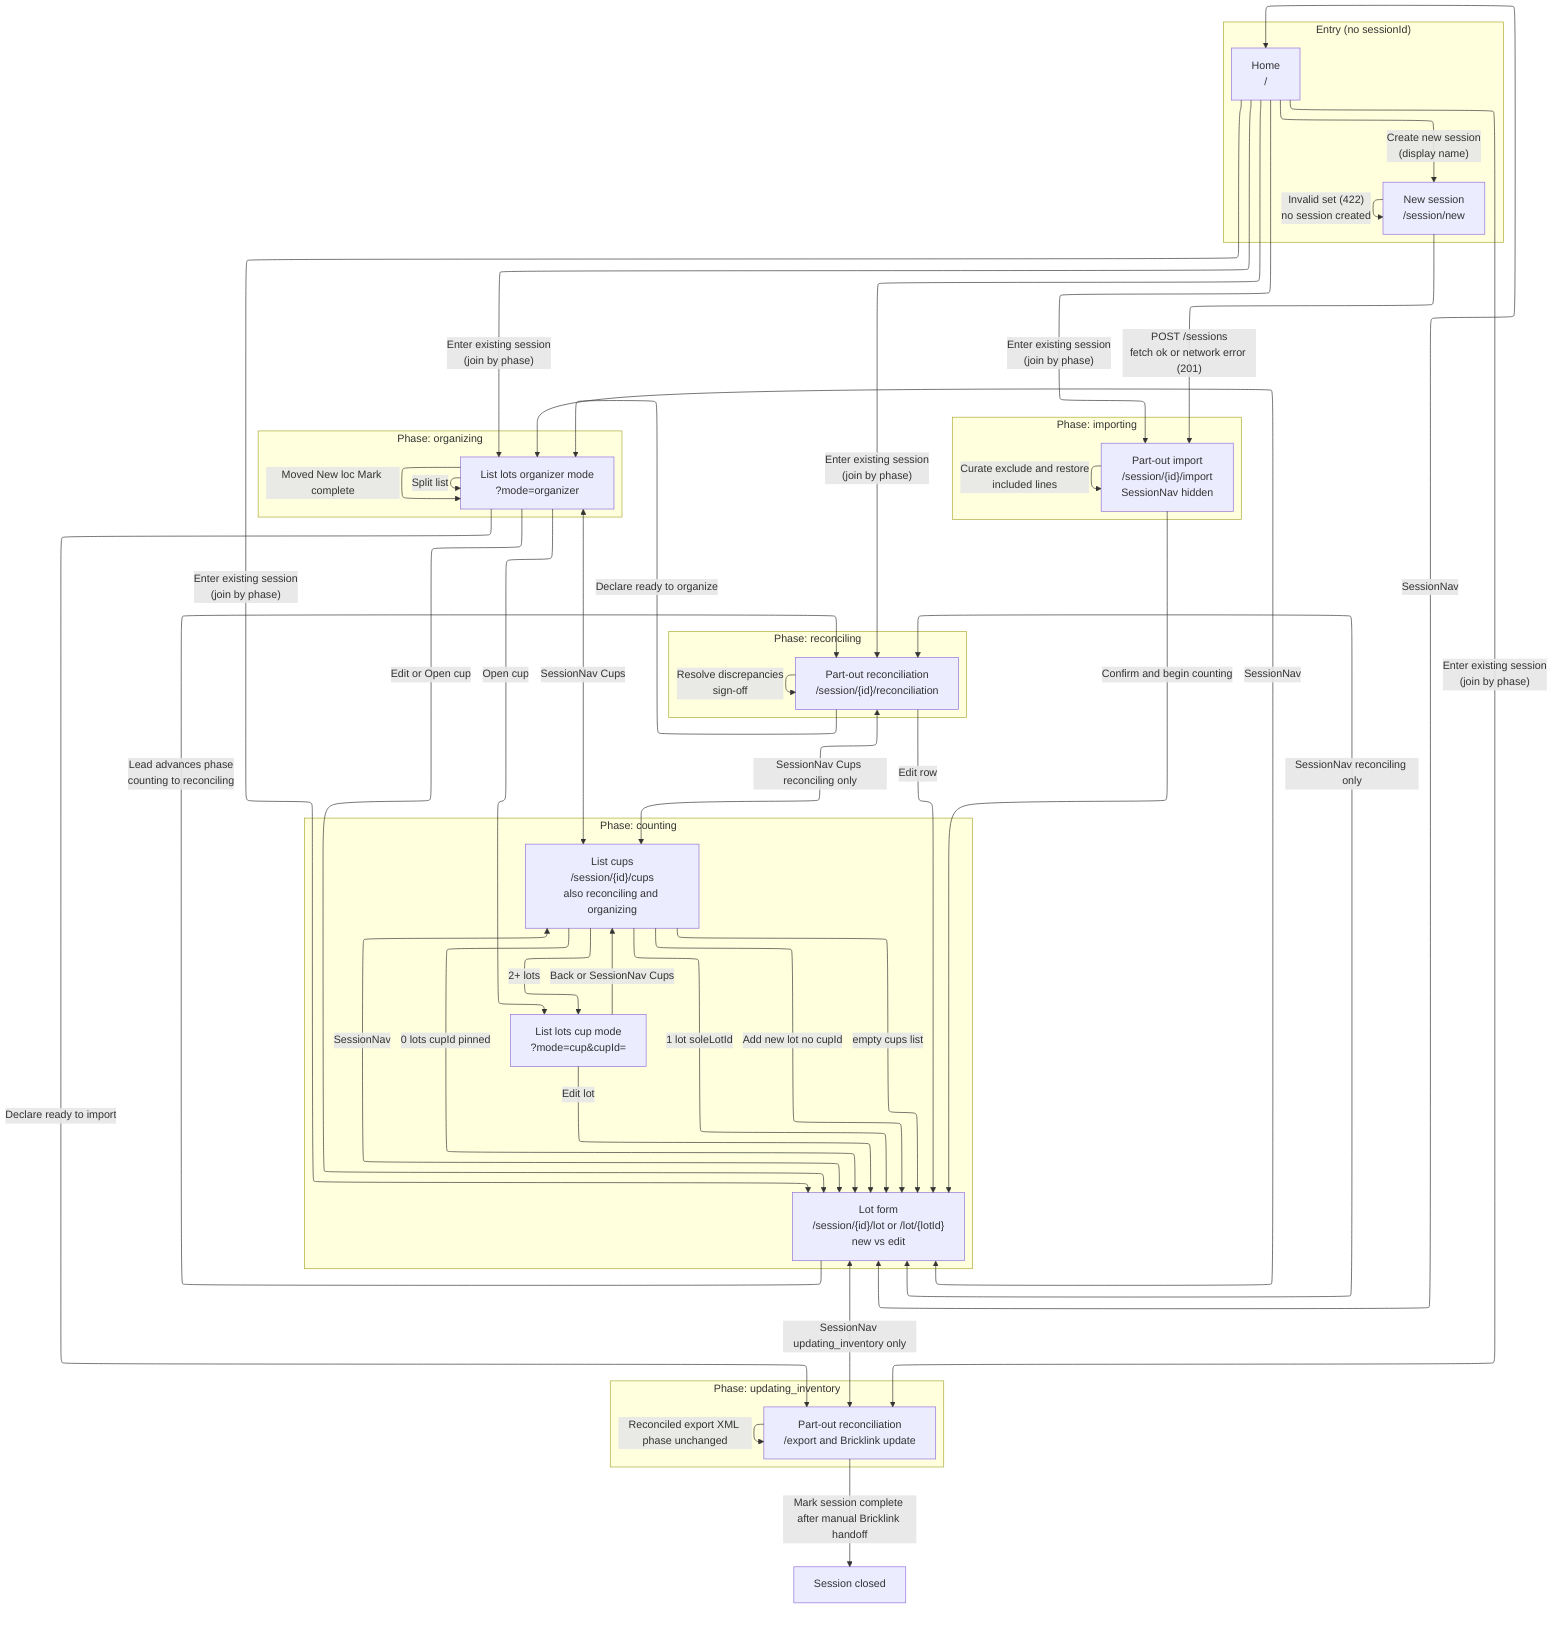
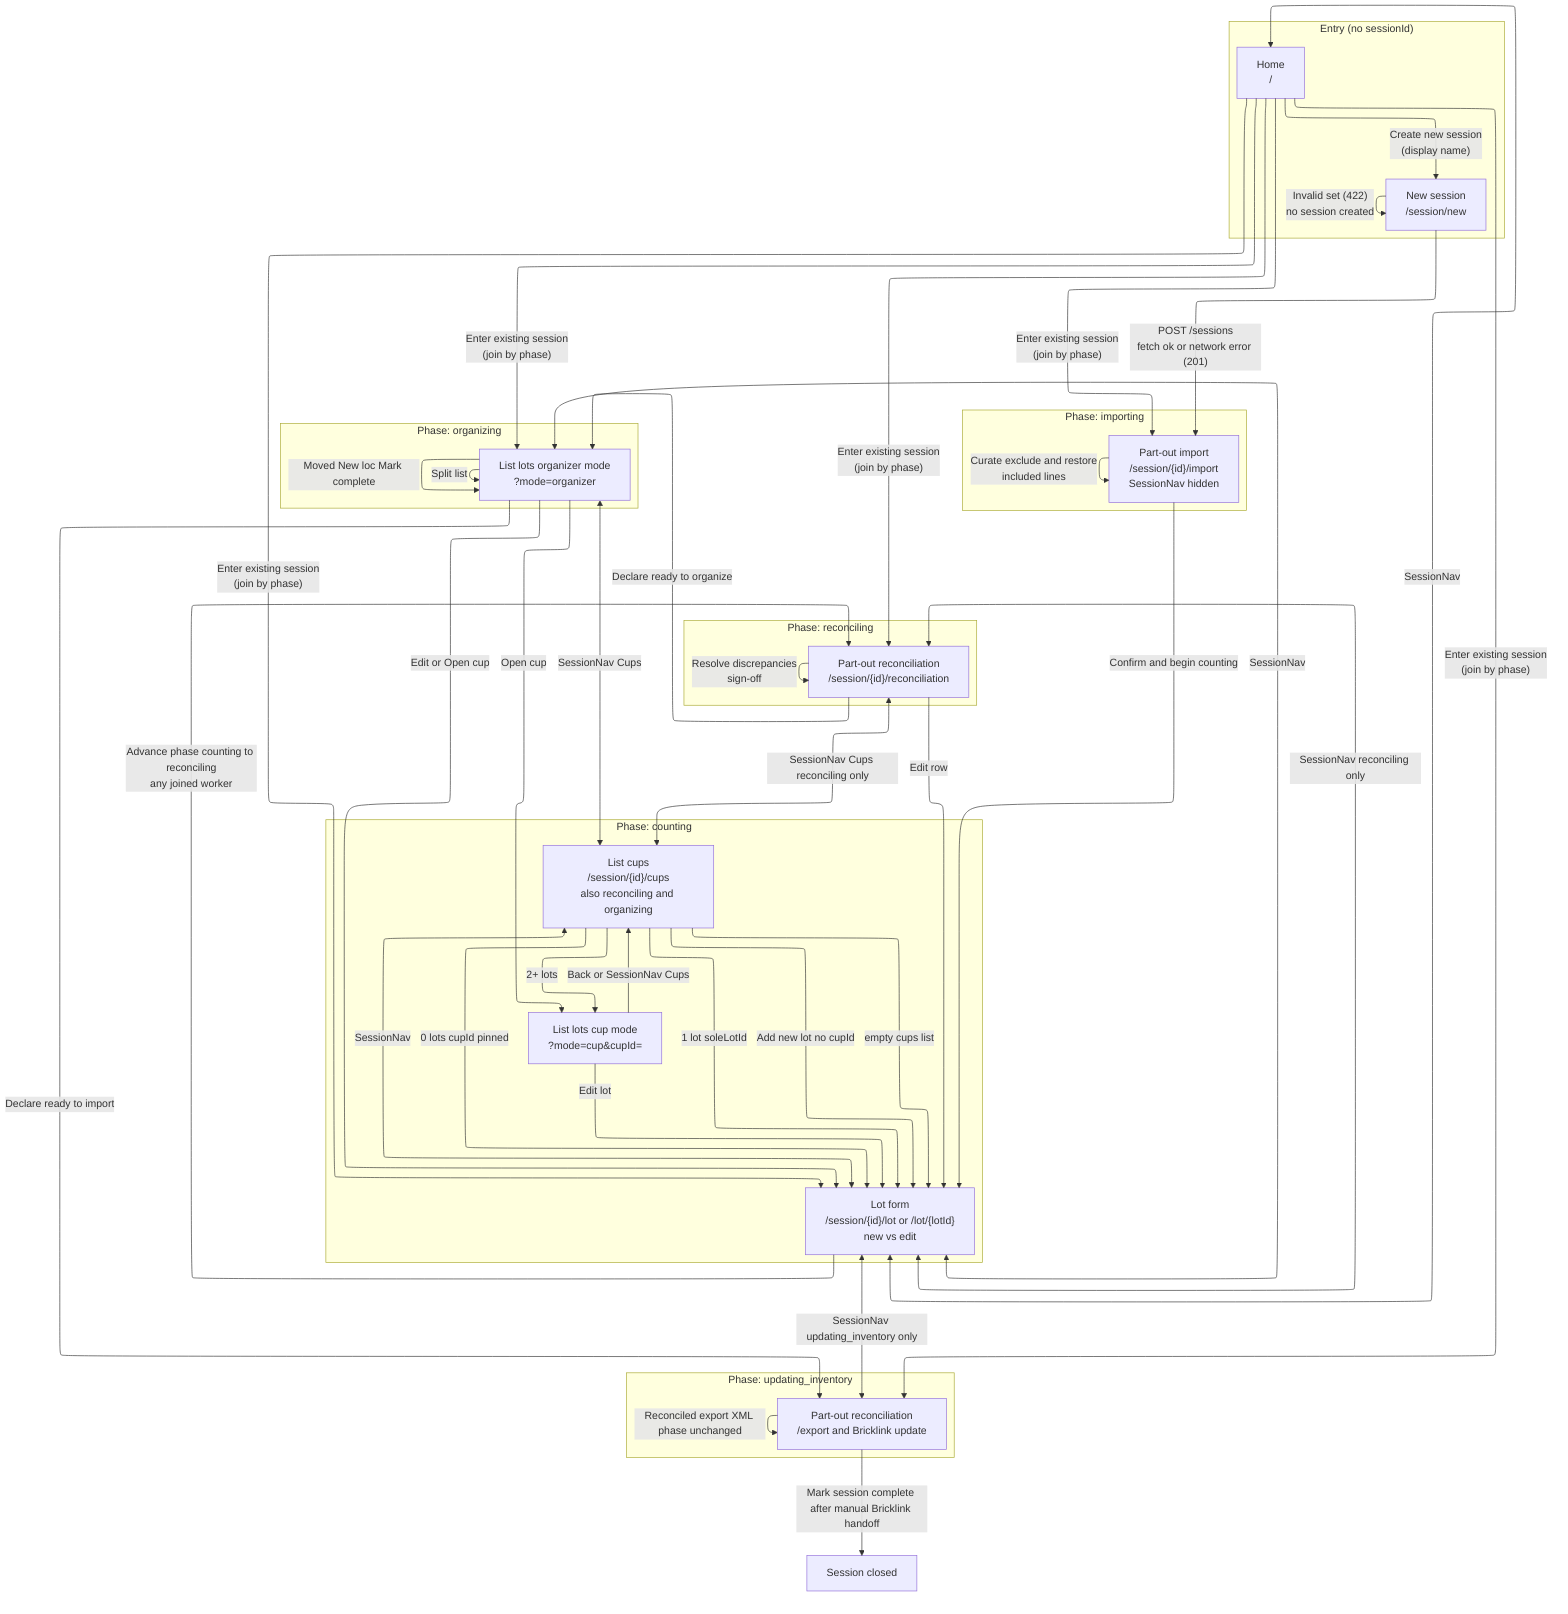
---
config:
  layout: elk
---
%% End-to-end part-out coordinator workflow (storyboard order)
%% Sources: docs/view-specs/README.md, storyboard.md, all seven view specs

flowchart TB
    subgraph entry["Entry (no sessionId)"]
        HOME["Home<br>/"]
        NEW["New session<br>/session/new"]
    end

    subgraph import_phase["Phase: importing"]
        IMPORT["Part-out import<br>/session/{id}/import<br>SessionNav hidden"]
    end

    subgraph counting_phase["Phase: counting"]
        LOT["Lot form<br>/session/{id}/lot or /lot/{lotId}<br>new vs edit"]
        CUPS["List cups<br>/session/{id}/cups<br>also reconciling and organizing"]
        LOTS_CUP["List lots cup mode<br>?mode=cup&cupId="]
    end

    subgraph reconciling_phase["Phase: reconciling"]
        RECON["Part-out reconciliation<br>/session/{id}/reconciliation"]
    end

    subgraph organizing_phase["Phase: organizing"]
        LOTS_ORG["List lots organizer mode<br>?mode=organizer"]
    end

    subgraph updating_inventory_phase["Phase: updating_inventory"]
        STORE_UPDATE["Part-out reconciliation<br>/export and Bricklink update"]
    end

    CLOSED["Session closed"]

    HOME -->|"Create new session<br>(display name)"| NEW
    HOME -->|"Enter existing session<br>(join by phase)"| IMPORT
    HOME -->|"Enter existing session<br>(join by phase)"| LOT
    HOME -->|"Enter existing session<br>(join by phase)"| RECON
    HOME -->|"Enter existing session<br>(join by phase)"| LOTS_ORG
    HOME -->|"Enter existing session<br>(join by phase)"| STORE_UPDATE

    NEW -->|"POST /sessions<br>fetch ok or network error (201)"| IMPORT
    NEW -->|"Invalid set (422)<br>no session created"| NEW

    IMPORT -->|"Curate exclude and restore<br>included lines"| IMPORT
    IMPORT -->|"Confirm and begin counting"| LOT

    LOT <-->|"SessionNav"| CUPS
    LOT <-->|"SessionNav"| LOTS_ORG
    LOT <-->|"SessionNav reconciling only"| RECON
    LOT <-->|"SessionNav updating_inventory only"| STORE_UPDATE
    LOT <-->|"SessionNav"| HOME

    RECON <-->|"SessionNav Cups reconciling only"| CUPS
    LOTS_ORG <-->|"SessionNav Cups"| CUPS

    CUPS -->|"0 lots cupId pinned"| LOT
    CUPS -->|"1 lot soleLotId"| LOT
    CUPS -->|"2+ lots"| LOTS_CUP
    CUPS -->|"Add new lot no cupId"| LOT
    CUPS -->|"empty cups list"| LOT

    LOTS_CUP -->|"Edit lot"| LOT
    LOTS_CUP -->|"Back or SessionNav Cups"| CUPS

-     LOT -->|"Lead advances phase<br>counting to reconciling"| RECON
+     LOT -->|"Advance phase counting to reconciling<br>any joined worker"| RECON
    RECON -->|"Edit row"| LOT
    RECON -->|"Resolve discrepancies<br>sign-off"| RECON
    RECON -->|"Declare ready to organize"| LOTS_ORG

    LOTS_ORG -->|"Split list"| LOTS_ORG
    LOTS_ORG -->|"Moved New loc Mark complete"| LOTS_ORG
    LOTS_ORG -->|"Edit or Open cup"| LOT
    LOTS_ORG -->|"Open cup"| LOTS_CUP
    LOTS_ORG -->|"Declare ready to import"| STORE_UPDATE

    STORE_UPDATE -->|"Reconciled export XML phase unchanged"| STORE_UPDATE
    STORE_UPDATE -->|"Mark session complete after manual Bricklink handoff"| CLOSED
